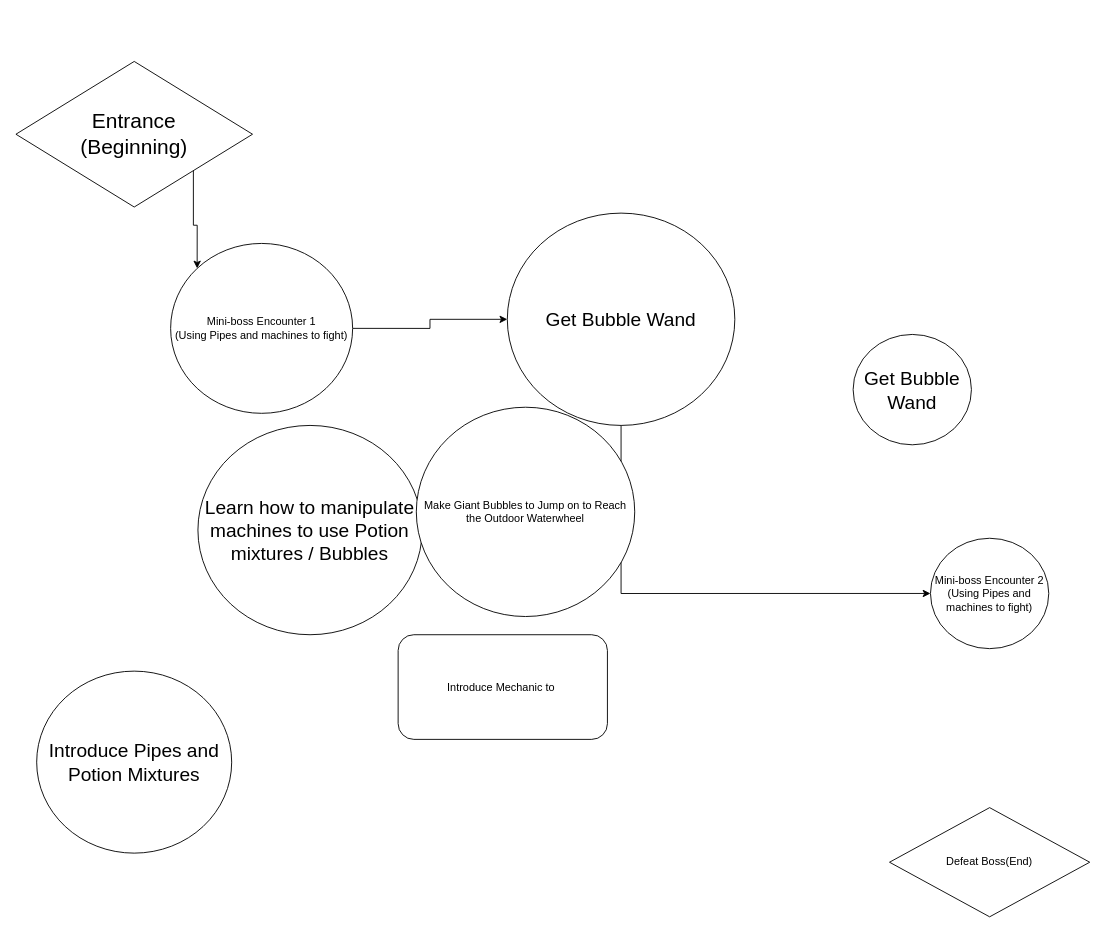
Before: Zelda Bubble Wand Flowchart.drawio in Rift-Master/Game-Design-Documents, a draw.io diagram. Source tidied: cells renumbered, new cells numbered last; positions are measured from the earlier drawing's top-left corner, leaving out a move shared by most shapes. Both pictures are drawn from the tidied source at 91%, with x=0, y=0 at pixel (15, 61).
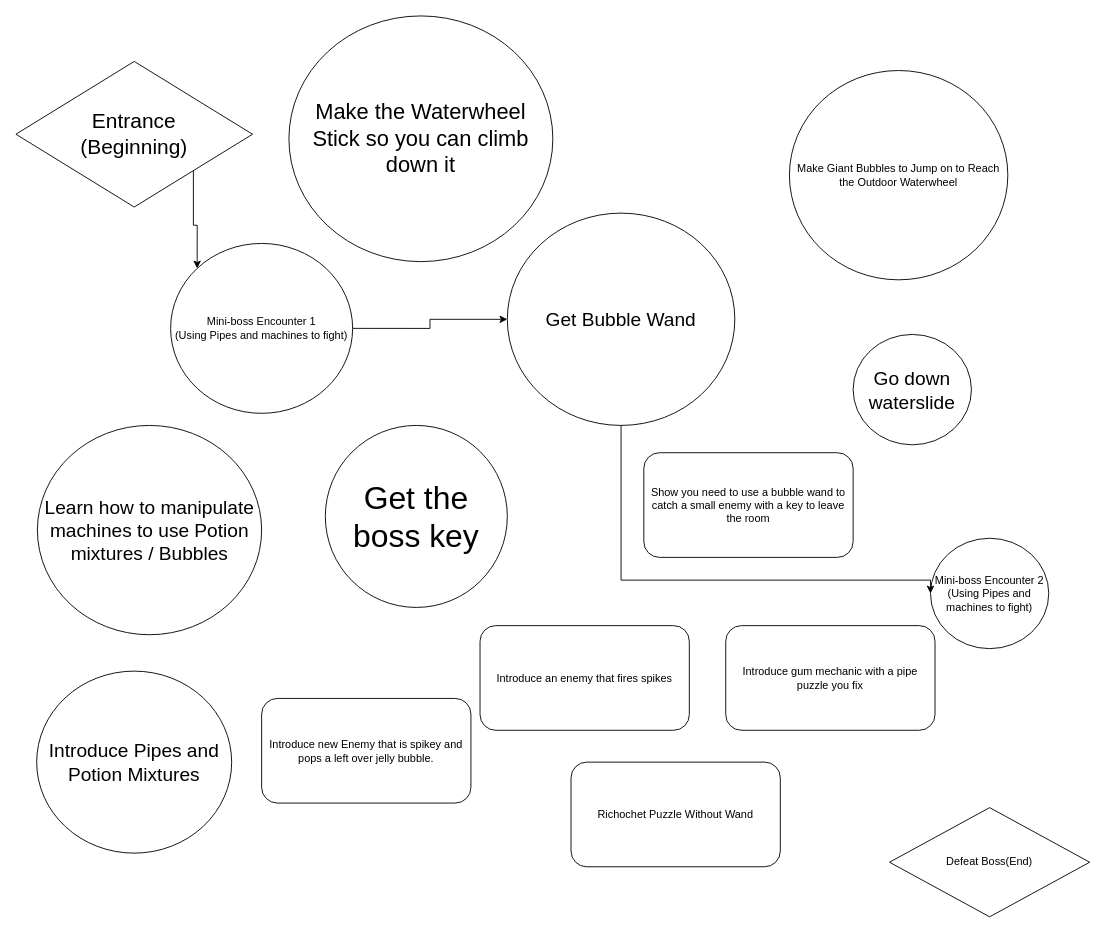
The same diagram, later.

Commit message:
Zelda Bubble Wand Flowchart.drawio を更新します

The change refers to these unchanged cells:
```xml
<mxCell id="7" value="Mini-boss Encounter 2&lt;div&gt;(Using Pipes and machines to fight)&lt;/div&gt;" style="ellipse;whiteSpace=wrap;html=1;" parent="1" vertex="1">
  <mxGeometry x="1005" y="524" width="130" height="121.3" as="geometry" />
</mxCell>
<mxCell id="9" value="&lt;font style=&quot;font-size: 21px;&quot;&gt;Get Bubble Wand&lt;/font&gt;" style="ellipse;whiteSpace=wrap;html=1;" parent="1" vertex="1">
  <mxGeometry x="540" y="166.7" width="250" height="233.3" as="geometry" />
</mxCell>
```

Change to the diagram source:
```diff
@@
     <mxCell id="8" style="edgeStyle=orthogonalEdgeStyle;rounded=0;jettySize=auto;html=1;exitX=0.5;exitY=1;exitDx=0;exitDy=0;entryX=0;entryY=0.5;entryDx=0;entryDy=0;" parent="1" edge="1" source="9" target="7">
-      <mxGeometry relative="1" as="geometry" />
+      <mxGeometry relative="1" as="geometry">
+        <Array as="points">
+          <mxPoint x="665" y="570" />
+          <mxPoint x="1005" y="570" />
+        </Array>
+      </mxGeometry>
     </mxCell>
@@
     <mxCell id="11" value="&lt;font style=&quot;font-size: 21px;&quot;&gt;Learn how to manipulate machines to use Potion mixtures / Bubbles&lt;/font&gt;" style="ellipse;whiteSpace=wrap;html=1;" parent="1" vertex="1">
-      <mxGeometry x="200" y="400" width="246.4" height="230" as="geometry" />
+      <mxGeometry x="23.6" y="400" width="246.4" height="230" as="geometry" />
     </mxCell>
-    <mxCell id="12" value="Introduce Mechanic to&amp;nbsp;" style="rounded=1;whiteSpace=wrap;html=1;" parent="1" vertex="1">
-      <mxGeometry x="420" y="630" width="230" height="115" as="geometry" />
+    <mxCell id="12" value="Introduce new Enemy that is spikey and pops a left over jelly bubble." style="rounded=1;whiteSpace=wrap;html=1;" parent="1" vertex="1">
+      <mxGeometry x="270" y="700" width="230" height="115" as="geometry" />
     </mxCell>
     <mxCell id="13" value="Make Giant Bubbles to Jump on to Reach the Outdoor Waterwheel" style="ellipse;whiteSpace=wrap;html=1;" parent="1" vertex="1">
-      <mxGeometry x="440" y="380" width="240" height="230" as="geometry" />
+      <mxGeometry x="850" y="10" width="240" height="230" as="geometry" />
     </mxCell>
-    <mxCell id="14" value="&lt;font style=&quot;font-size: 21px;&quot;&gt;Get Bubble Wand&lt;/font&gt;" style="ellipse;whiteSpace=wrap;html=1;" parent="1" vertex="1">
+    <mxCell id="14" value="&lt;font style=&quot;font-size: 21px;&quot;&gt;Go down waterslide&lt;/font&gt;" style="ellipse;whiteSpace=wrap;html=1;" parent="1" vertex="1">
       <mxGeometry x="920" y="300" width="130" height="121.3" as="geometry" />
     </mxCell>
+    <mxCell id="15" value="Introduce an enemy that fires spikes" style="rounded=1;whiteSpace=wrap;html=1;" parent="1" vertex="1">
+      <mxGeometry x="510" y="620" width="230" height="115" as="geometry" />
+    </mxCell>
+    <mxCell id="16" value="Show you need to use a bubble wand to catch a small enemy with a key to leave the room" style="rounded=1;whiteSpace=wrap;html=1;" parent="1" vertex="1">
+      <mxGeometry x="690" y="430" width="230" height="115" as="geometry" />
+    </mxCell>
+    <mxCell id="17" value="Richochet Puzzle Without Wand" style="rounded=1;whiteSpace=wrap;html=1;" parent="1" vertex="1">
+      <mxGeometry x="610" y="770" width="230" height="115" as="geometry" />
+    </mxCell>
+    <mxCell id="18" value="&lt;font style=&quot;font-size: 24px;&quot;&gt;Make the Waterwheel Stick so you can climb down it&lt;/font&gt;" style="ellipse;whiteSpace=wrap;html=1;" parent="1" vertex="1">
+      <mxGeometry x="300" y="-50" width="290" height="270" as="geometry" />
+    </mxCell>
+    <mxCell id="19" value="&lt;font style=&quot;font-size: 35px;&quot;&gt;Get the boss key&lt;/font&gt;" style="ellipse;whiteSpace=wrap;html=1;" parent="1" vertex="1">
+      <mxGeometry x="340" y="400" width="200" height="200" as="geometry" />
+    </mxCell>
+    <mxCell id="20" value="Introduce gum mechanic with a pipe puzzle you fix" style="rounded=1;whiteSpace=wrap;html=1;" parent="1" vertex="1">
+      <mxGeometry x="780" y="620" width="230" height="115" as="geometry" />
+    </mxCell>
```
